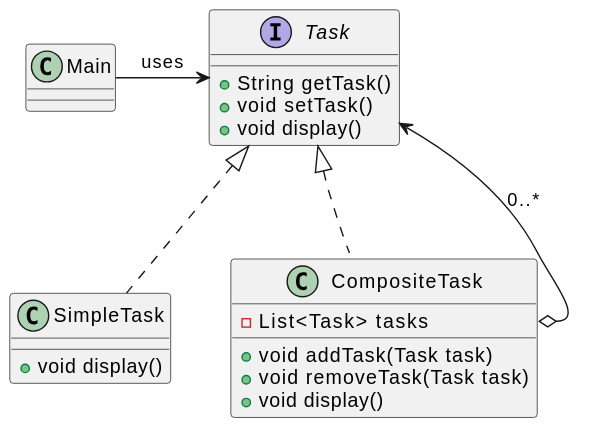
Before: Composite/class-diagram.svg, a diagram exported from PlantUML (miguelarian/design-patterns). Source of this version:
```plantuml
@startuml
interface Task {
    + String getTask()
    + void setTask()
    + void display()
}
class SimpleTask implements Task {
    + void display()
}
class CompositeTask implements Task {
    - List<Task> tasks
    + void addTask(Task task)
    + void removeTask(Task task)
    + void display()
}
class Main
Main -right-> Task : uses
CompositeTask::tasks o--> Task : 0..*
@enduml
```
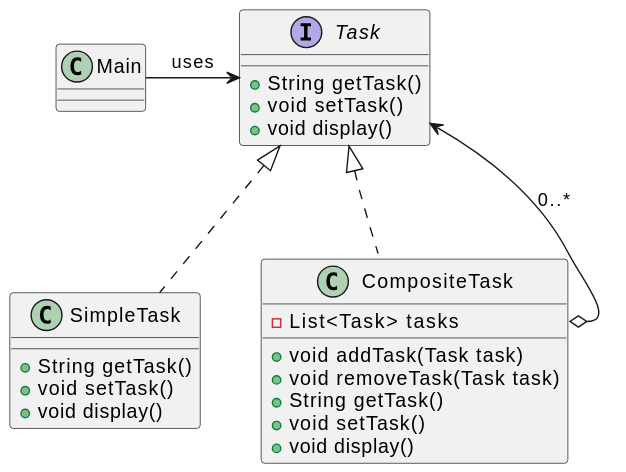
The same diagram one commit later.

Commit message:
add missing methods to Task implementations

Diff of the diagram source:
```diff
@@ -5,12 +5,16 @@
     + void display()
 }
 class SimpleTask implements Task {
+    + String getTask()
+    + void setTask()
     + void display()
 }
 class CompositeTask implements Task {
     - List<Task> tasks
     + void addTask(Task task)
     + void removeTask(Task task)
+    + String getTask()
+    + void setTask()
     + void display()
 }
 class Main
```
